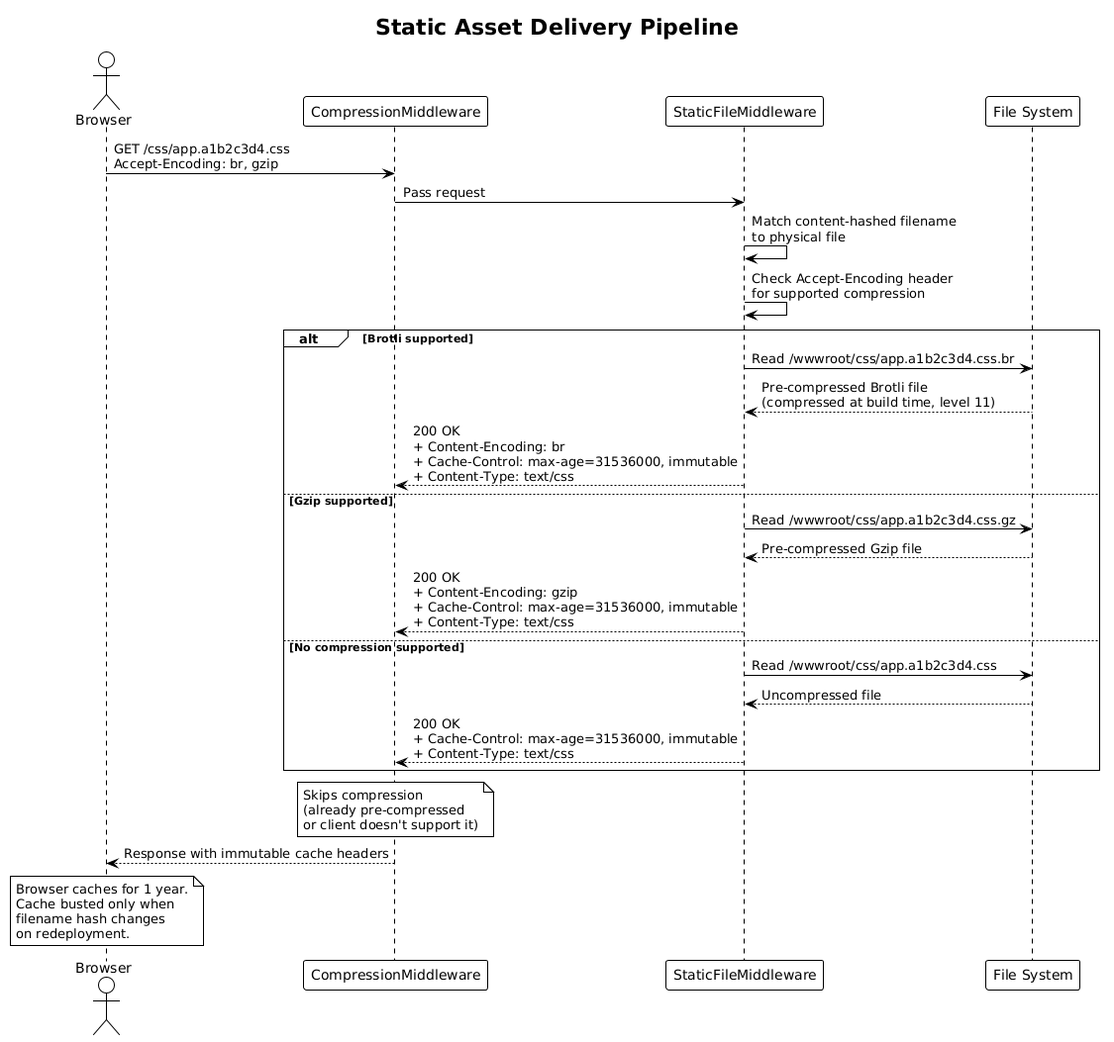
The PlantUML diagram docs/detailed-designs/07-web-performance/diagrams/sequence_static_asset.png in QuinntyneBrown/Blog, before a commit. Source of this version:
```plantuml
@startuml
!theme plain

title Static Asset Delivery Pipeline

actor Browser
participant "CompressionMiddleware" as Compress
participant "StaticFileMiddleware" as StaticFiles
participant "File System" as FS

Browser -> Compress : GET /css/app.a1b2c3d4.css\nAccept-Encoding: br, gzip

Compress -> StaticFiles : Pass request

StaticFiles -> StaticFiles : Match content-hashed filename\nto physical file

StaticFiles -> StaticFiles : Check Accept-Encoding header\nfor supported compression

alt Brotli supported
    StaticFiles -> FS : Read /wwwroot/css/app.a1b2c3d4.css.br
    FS --> StaticFiles : Pre-compressed Brotli file\n(compressed at build time, level 11)
    StaticFiles --> Compress : 200 OK\n+ Content-Encoding: br\n+ Cache-Control: max-age=31536000, immutable\n+ Content-Type: text/css
else Gzip supported
    StaticFiles -> FS : Read /wwwroot/css/app.a1b2c3d4.css.gz
    FS --> StaticFiles : Pre-compressed Gzip file
    StaticFiles --> Compress : 200 OK\n+ Content-Encoding: gzip\n+ Cache-Control: max-age=31536000, immutable\n+ Content-Type: text/css
else No compression supported
    StaticFiles -> FS : Read /wwwroot/css/app.a1b2c3d4.css
    FS --> StaticFiles : Uncompressed file
    StaticFiles --> Compress : 200 OK\n+ Cache-Control: max-age=31536000, immutable\n+ Content-Type: text/css
end

note over Compress : Skips compression\n(already pre-compressed\nor client doesn't support it)

Compress --> Browser : Response with immutable cache headers

note over Browser : Browser caches for 1 year.\nCache busted only when\nfilename hash changes\non redeployment.
@enduml
```
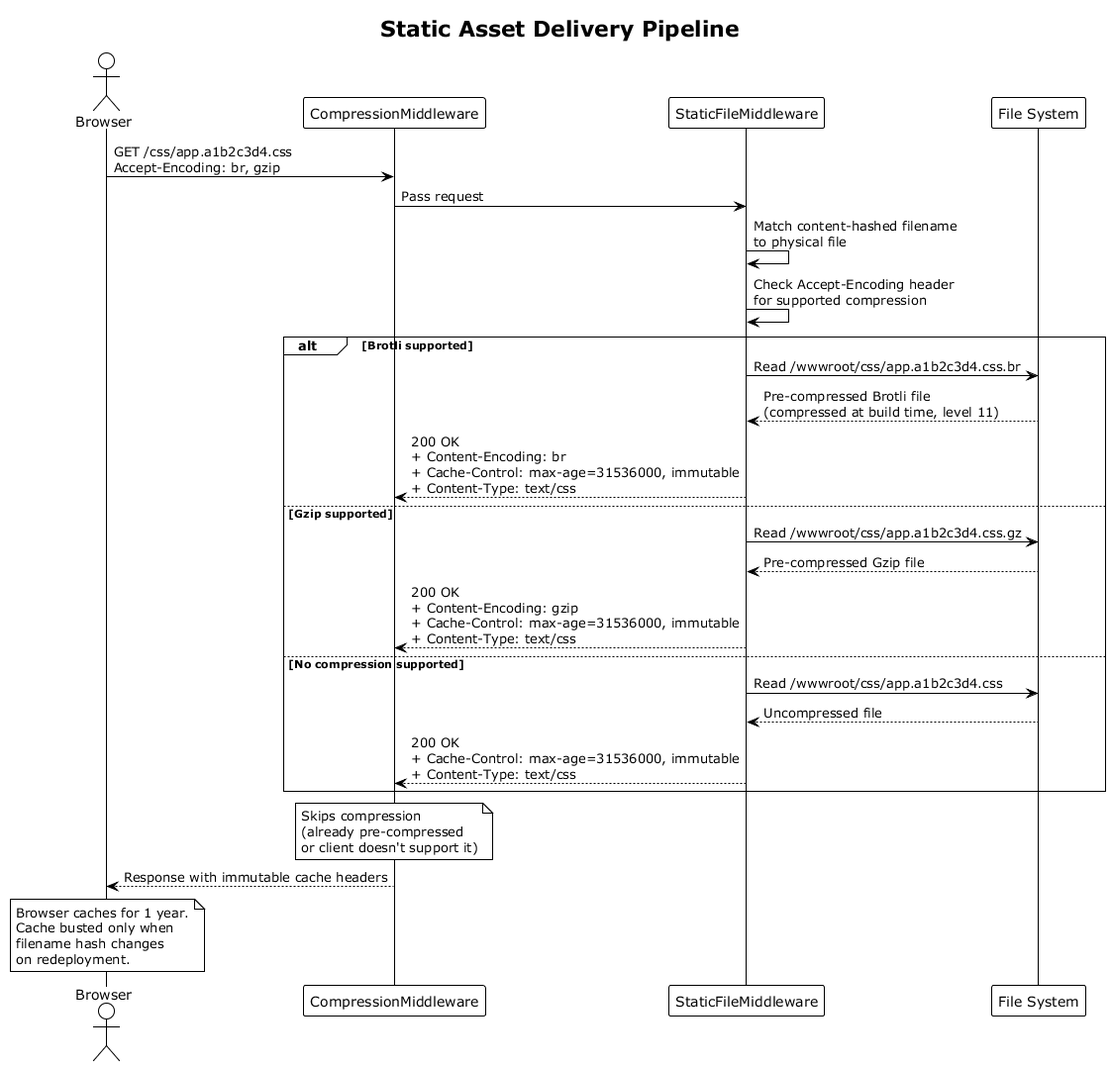
After the commit.

What changed in the source:
```diff
@@ -1,4 +1,4 @@
-@startuml
+@startuml sequence_static_asset
 !theme plain
 
 title Static Asset Delivery Pipeline
@@ -35,4 +35,5 @@
 Compress --> Browser : Response with immutable cache headers
 
 note over Browser : Browser caches for 1 year.\nCache busted only when\nfilename hash changes\non redeployment.
+
 @enduml
```
